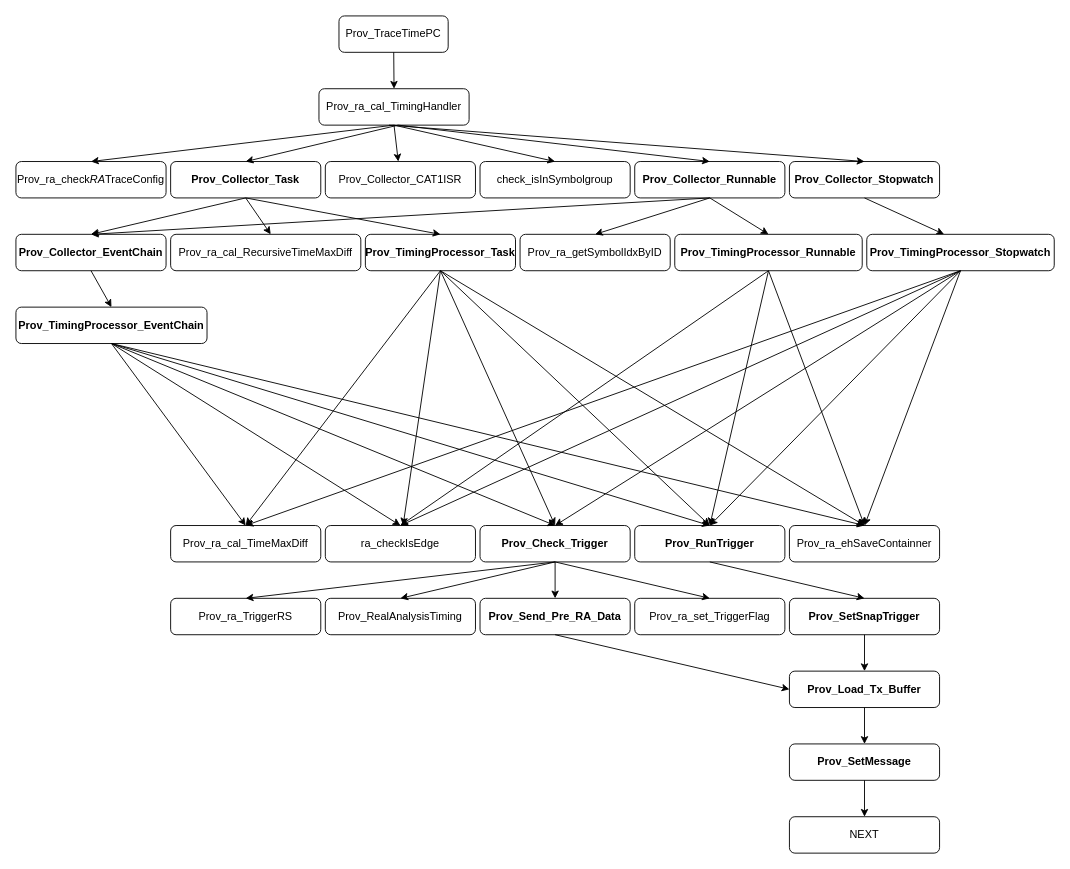
fnhecl/test keeps this draw.io diagram as Untitled Diagram.drawio. Above is the earlier version. Source tidied: cells renumbered, new cells numbered last; positions are measured from the earlier drawing's top-left corner, leaving out a move shared by most shapes. Both pictures are drawn from the tidied source at 91%, with x=0, y=0 at pixel (15, 15).
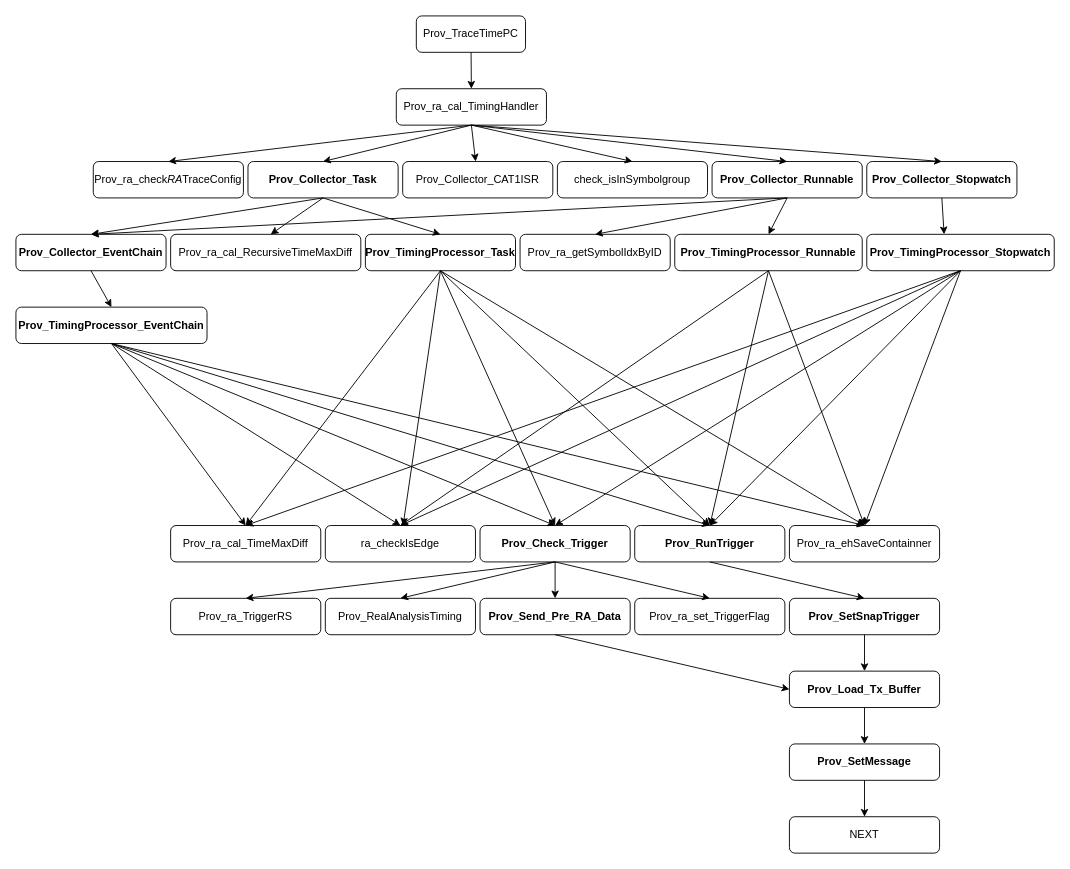
The same diagram, later.

Change to the diagram source:
```diff
@@
     <mxCell id="2" value="Prov_TraceTimePC" style="rounded=1;whiteSpace=wrap;html=1;" parent="1" vertex="1">
-      <mxGeometry x="355" width="120" height="40" as="geometry" />
+      <mxGeometry x="440" width="120" height="40" as="geometry" />
     </mxCell>
     <mxCell id="3" value="Prov_ra_cal_TimingHandler" style="rounded=1;whiteSpace=wrap;html=1;" parent="1" vertex="1">
-      <mxGeometry x="333" y="80" width="165" height="40" as="geometry" />
+      <mxGeometry x="418" y="80" width="165" height="40" as="geometry" />
     </mxCell>
     <mxCell id="4" value="Prov_ra_check&lt;i&gt;RA&lt;/i&gt;TraceConfig" style="rounded=1;whiteSpace=wrap;html=1;" parent="1" vertex="1">
-      <mxGeometry y="160" width="165" height="40" as="geometry" />
+      <mxGeometry x="85" y="160" width="165" height="40" as="geometry" />
     </mxCell>
     <mxCell id="5" value="&lt;b&gt;Prov_Collector_Task&lt;/b&gt;" style="rounded=1;whiteSpace=wrap;html=1;" parent="1" vertex="1">
-      <mxGeometry x="170" y="160" width="165" height="40" as="geometry" />
+      <mxGeometry x="255" y="160" width="165" height="40" as="geometry" />
     </mxCell>
     <mxCell id="6" value="&lt;b&gt;Prov_Collector_Runnable&lt;/b&gt;" style="rounded=1;whiteSpace=wrap;html=1;" parent="1" vertex="1">
-      <mxGeometry x="680" y="160" width="165" height="40" as="geometry" />
+      <mxGeometry x="765" y="160" width="165" height="40" as="geometry" />
     </mxCell>
     <mxCell id="7" value="Prov_Collector_CAT1ISR" style="rounded=1;whiteSpace=wrap;html=1;" parent="1" vertex="1">
-      <mxGeometry x="340" y="160" width="165" height="40" as="geometry" />
+      <mxGeometry x="425" y="160" width="165" height="40" as="geometry" />
     </mxCell>
     <mxCell id="8" value="&lt;b&gt;Prov_Collector_Stopwatch&lt;/b&gt;" style="rounded=1;whiteSpace=wrap;html=1;" parent="1" vertex="1">
-      <mxGeometry x="850" y="160" width="165" height="40" as="geometry" />
+      <mxGeometry x="935" y="160" width="165" height="40" as="geometry" />
     </mxCell>
     <mxCell id="9" value="check_isInSymbolgroup" style="rounded=1;whiteSpace=wrap;html=1;" parent="1" vertex="1">
-      <mxGeometry x="510" y="160" width="165" height="40" as="geometry" />
+      <mxGeometry x="595" y="160" width="165" height="40" as="geometry" />
     </mxCell>
@@
-    <mxCell id="30" style="endArrow=classic;html=1;entryX=0.5;entryY=0;entryDx=0;entryDy=0;" parent="1" edge="1" target="8">
-      <mxGeometry relative="1" as="geometry">
-        <mxPoint x="410" y="120" as="sourcePoint" />
-      </mxGeometry>
+    <mxCell id="30" style="endArrow=classic;html=1;entryX=0.5;entryY=0;entryDx=0;entryDy=0;exitX=0.5;exitY=1;exitDx=0;exitDy=0;" parent="1" edge="1" source="3" target="8">
+      <mxGeometry relative="1" as="geometry" />
     </mxCell>
-    <mxCell id="31" style="endArrow=classic;html=1;entryX=0.5;entryY=0;entryDx=0;entryDy=0;" parent="1" edge="1" target="5">
-      <mxGeometry relative="1" as="geometry">
-        <mxPoint x="420" y="120" as="sourcePoint" />
-      </mxGeometry>
+    <mxCell id="31" style="endArrow=classic;html=1;entryX=0.5;entryY=0;entryDx=0;entryDy=0;exitX=0.5;exitY=1;exitDx=0;exitDy=0;" parent="1" edge="1" source="3" target="5">
+      <mxGeometry relative="1" as="geometry" />
     </mxCell>
-    <mxCell id="32" style="endArrow=classic;html=1;entryX=0.5;entryY=0;entryDx=0;entryDy=0;" parent="1" edge="1" target="6">
-      <mxGeometry relative="1" as="geometry">
-        <mxPoint x="420" y="120" as="sourcePoint" />
-      </mxGeometry>
+    <mxCell id="32" style="endArrow=classic;html=1;entryX=0.5;entryY=0;entryDx=0;entryDy=0;exitX=0.5;exitY=1;exitDx=0;exitDy=0;" parent="1" edge="1" source="3" target="6">
+      <mxGeometry relative="1" as="geometry" />
     </mxCell>
```
